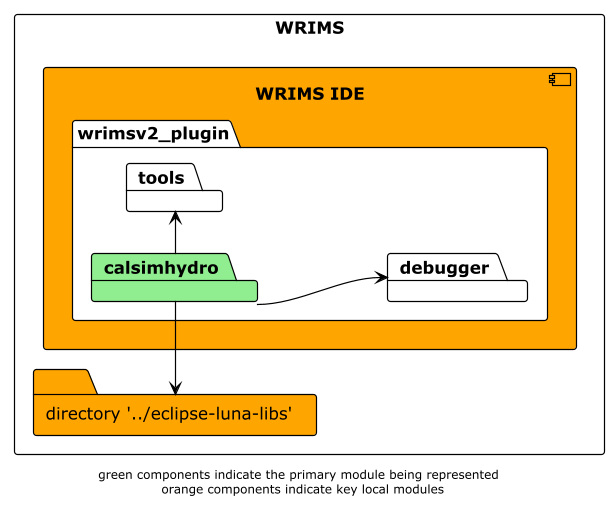
Before: docs/diagrams/wrims-ide/wrims-ide_calsimhydro.png, a diagram exported from PlantUML (CentralValleyModeling/wrims).
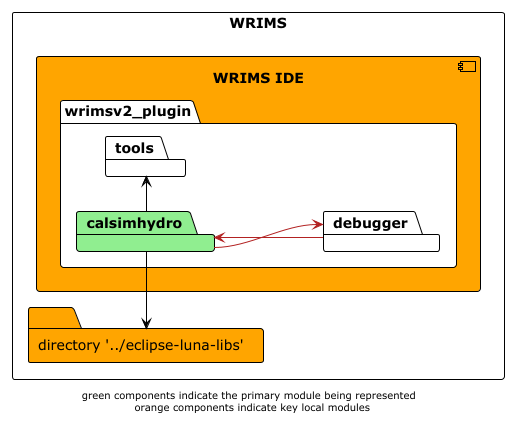
Above is the later version.

Change to the diagram source:
```diff
@@ -17,7 +17,9 @@
 }
 calsimhydro -l-> luna_libs
 calsimhydro -r-> tools
-calsimhydro --> debugger
+calsimhydro --> debugger #firebrick
+
+debugger -> calsimhydro #firebrick
 
 footer "green components indicate the primary module being represented \n orange components indicate key local modules"
 @enduml
```
